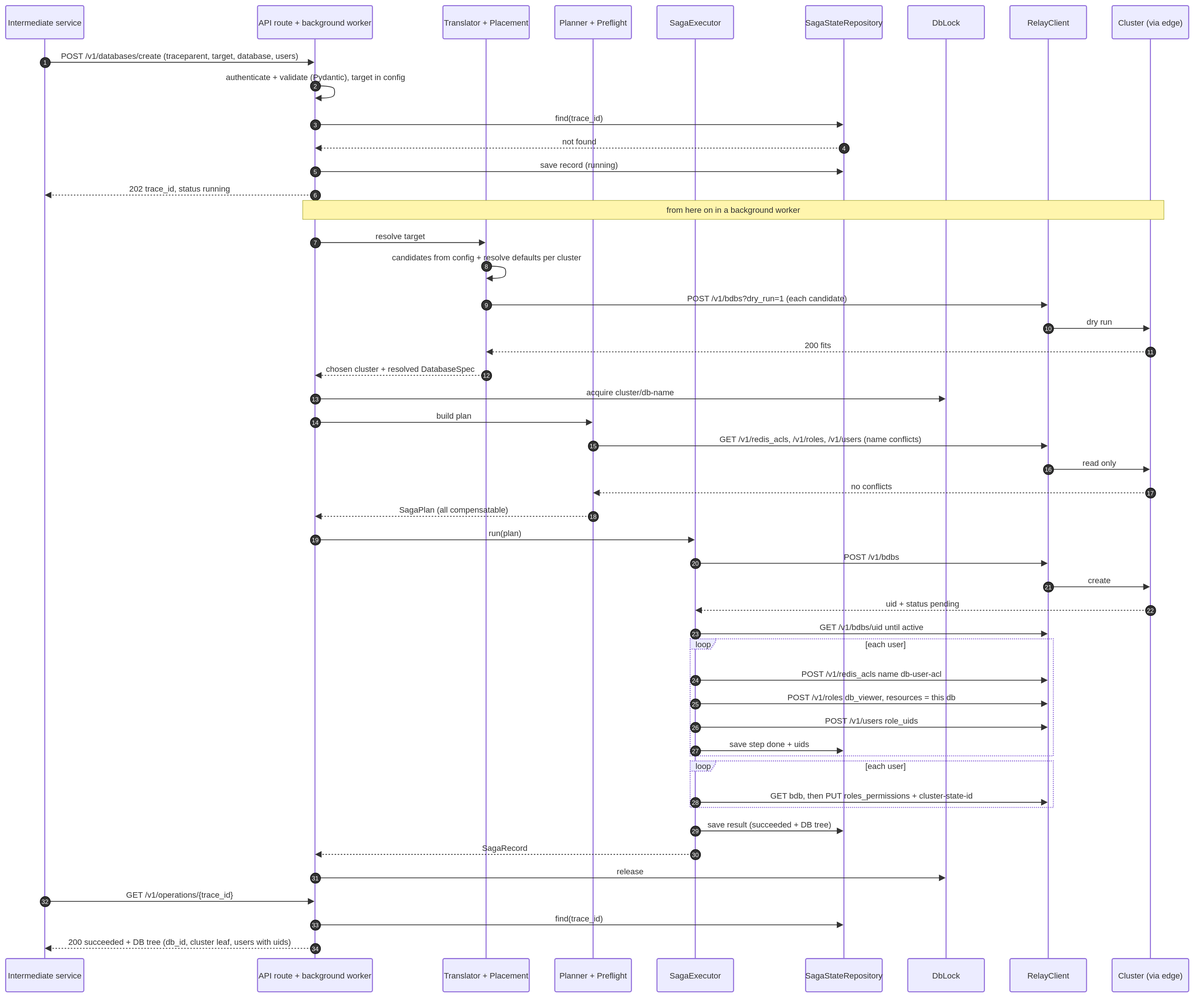
The draw.io diagram docs/dr/diagrams/05-seq-create-db.drawio.svg in EliShteinman/redis-enterprise-services, before a commit. Source tidied: cells renumbered, new cells last; positions are measured from the earlier drawing's top-left corner, leaving out a move shared by most shapes.
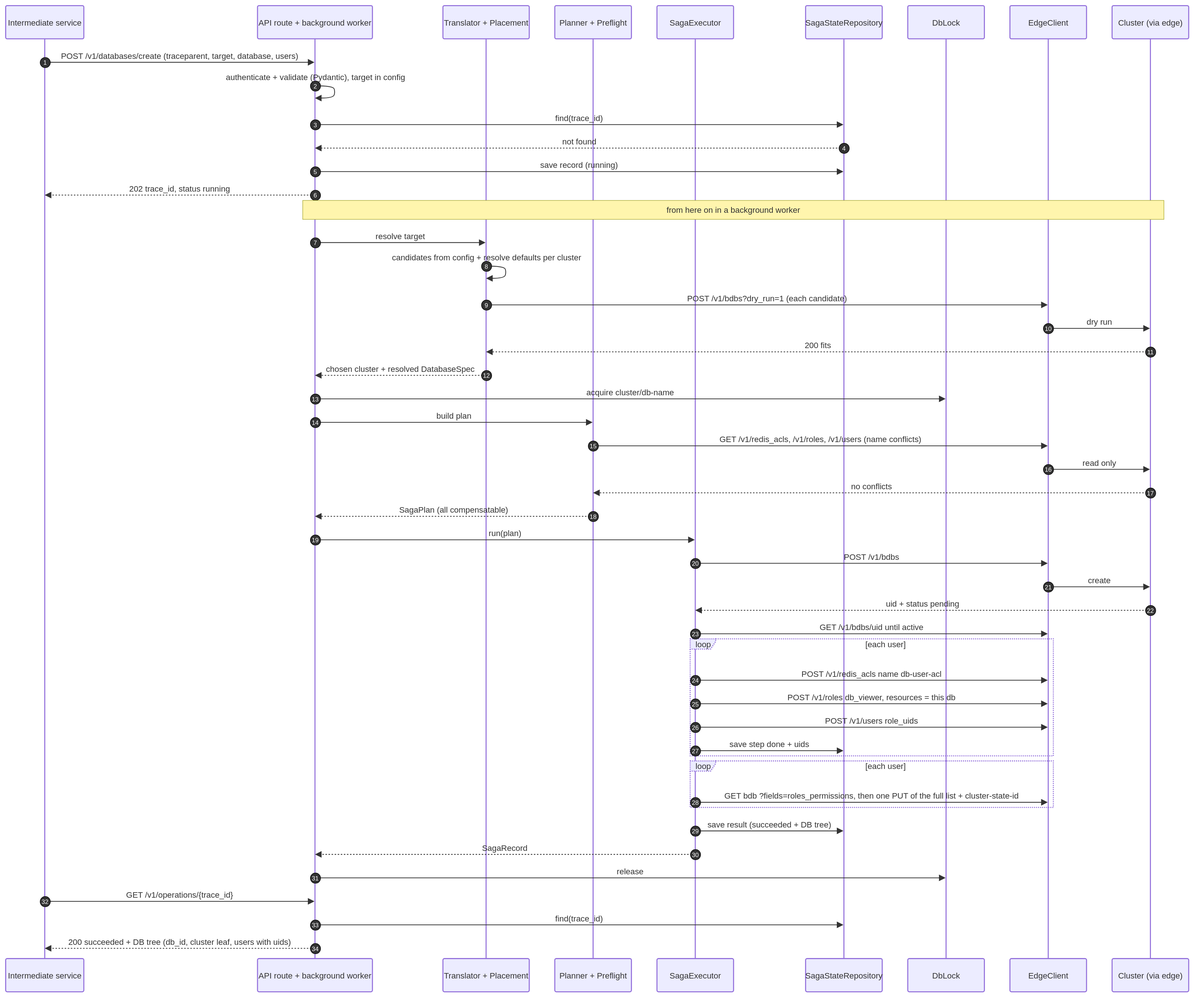
Above is the later version.

What changed in the source:
```diff
@@ -23,7 +23,7 @@
     <mxCell id="8" value="DbLock" style="html=1;shape=umlLifeline;perimeter=lifelinePerimeter;whiteSpace=wrap;outlineConnect=0;portConstraint=eastwest;newEdgeStyle={&quot;edgeStyle&quot;:&quot;sequenceEdgeStyle&quot;,&quot;libavoidRouting&quot;:0,&quot;curved&quot;:0,&quot;rounded&quot;:0};lifelineDashed=0;strokeWidth=2;rounded=1;absoluteArcSize=1;arcSize=6;lifelineColor=light-dark(#9370DB,#cccccc);size=65;lifelineMirror=1;fillColor=light-dark(#ECECFF,#1f2020);strokeColor=light-dark(#9370DB,#cccccc);fontColor=light-dark(#333333,#cccccc);fontFamily=Trebuchet MS,Verdana,Arial,sans-serif;fontSize=16;" parent="1" vertex="1">
       <mxGeometry x="1766" width="150" height="1931" as="geometry" />
     </mxCell>
-    <mxCell id="9" value="RelayClient" style="html=1;shape=umlLifeline;perimeter=lifelinePerimeter;whiteSpace=wrap;outlineConnect=0;portConstraint=eastwest;newEdgeStyle={&quot;edgeStyle&quot;:&quot;sequenceEdgeStyle&quot;,&quot;libavoidRouting&quot;:0,&quot;curved&quot;:0,&quot;rounded&quot;:0};lifelineDashed=0;strokeWidth=2;rounded=1;absoluteArcSize=1;arcSize=6;lifelineColor=light-dark(#9370DB,#cccccc);size=65;lifelineMirror=1;fillColor=light-dark(#ECECFF,#1f2020);strokeColor=light-dark(#9370DB,#cccccc);fontColor=light-dark(#333333,#cccccc);fontFamily=Trebuchet MS,Verdana,Arial,sans-serif;fontSize=16;" parent="1" vertex="1">
+    <mxCell id="9" value="EdgeClient" style="html=1;shape=umlLifeline;perimeter=lifelinePerimeter;whiteSpace=wrap;outlineConnect=0;portConstraint=eastwest;newEdgeStyle={&quot;edgeStyle&quot;:&quot;sequenceEdgeStyle&quot;,&quot;libavoidRouting&quot;:0,&quot;curved&quot;:0,&quot;rounded&quot;:0};lifelineDashed=0;strokeWidth=2;rounded=1;absoluteArcSize=1;arcSize=6;lifelineColor=light-dark(#9370DB,#cccccc);size=65;lifelineMirror=1;fillColor=light-dark(#ECECFF,#1f2020);strokeColor=light-dark(#9370DB,#cccccc);fontColor=light-dark(#333333,#cccccc);fontFamily=Trebuchet MS,Verdana,Arial,sans-serif;fontSize=16;" parent="1" vertex="1">
       <mxGeometry x="1966" width="150" height="1931" as="geometry" />
     </mxCell>
     <mxCell id="10" value="Cluster (via edge)" style="html=1;shape=umlLifeline;perimeter=lifelinePerimeter;whiteSpace=wrap;outlineConnect=0;portConstraint=eastwest;newEdgeStyle={&quot;edgeStyle&quot;:&quot;sequenceEdgeStyle&quot;,&quot;libavoidRouting&quot;:0,&quot;curved&quot;:0,&quot;rounded&quot;:0};lifelineDashed=0;strokeWidth=2;rounded=1;absoluteArcSize=1;arcSize=6;lifelineColor=light-dark(#9370DB,#cccccc);size=65;lifelineMirror=1;fillColor=light-dark(#ECECFF,#1f2020);strokeColor=light-dark(#9370DB,#cccccc);fontColor=light-dark(#333333,#cccccc);fontFamily=Trebuchet MS,Verdana,Arial,sans-serif;fontSize=16;" parent="1" vertex="1">
@@ -321,7 +321,7 @@
     <mxCell id="70" value="27" style="ellipse;fillColor=light-dark(#333333,#cccccc);align=center;verticalAlign=middle;fontColor=light-dark(#FFFFFF,#333333);fontSize=12;" parent="1" vertex="1">
       <mxGeometry x="1340" y="1449" width="20" height="20" as="geometry" />
     </mxCell>
-    <mxCell id="71" value="GET bdb, then PUT roles_permissions + cluster-state-id" style="endArrow=block;endSize=9;verticalAlign=bottom;spacingBottom=2;edgeStyle=sequenceEdgeStyle;libavoidRouting=0;curved=0;rounded=0;fontSize=16;labelBackgroundColor=none;strokeWidth=1.5;strokeColor=light-dark(#333333,#cccccc);fontColor=light-dark(#333333,#cccccc);fontFamily=Trebuchet MS,Verdana,Arial,sans-serif;" parent="1" edge="1" source="6" target="9">
+    <mxCell id="71" value="GET bdb ?fields=roles_permissions, then one PUT of the full list + cluster-state-id" style="endArrow=block;endSize=9;verticalAlign=bottom;spacingBottom=2;edgeStyle=sequenceEdgeStyle;libavoidRouting=0;curved=0;rounded=0;fontSize=16;labelBackgroundColor=none;strokeWidth=1.5;strokeColor=light-dark(#333333,#cccccc);fontColor=light-dark(#333333,#cccccc);fontFamily=Trebuchet MS,Verdana,Arial,sans-serif;" parent="1" edge="1" source="6" target="9">
       <mxGeometry relative="1" as="geometry">
         <Array as="points">
           <mxPoint x="1696" y="1560" />
```
